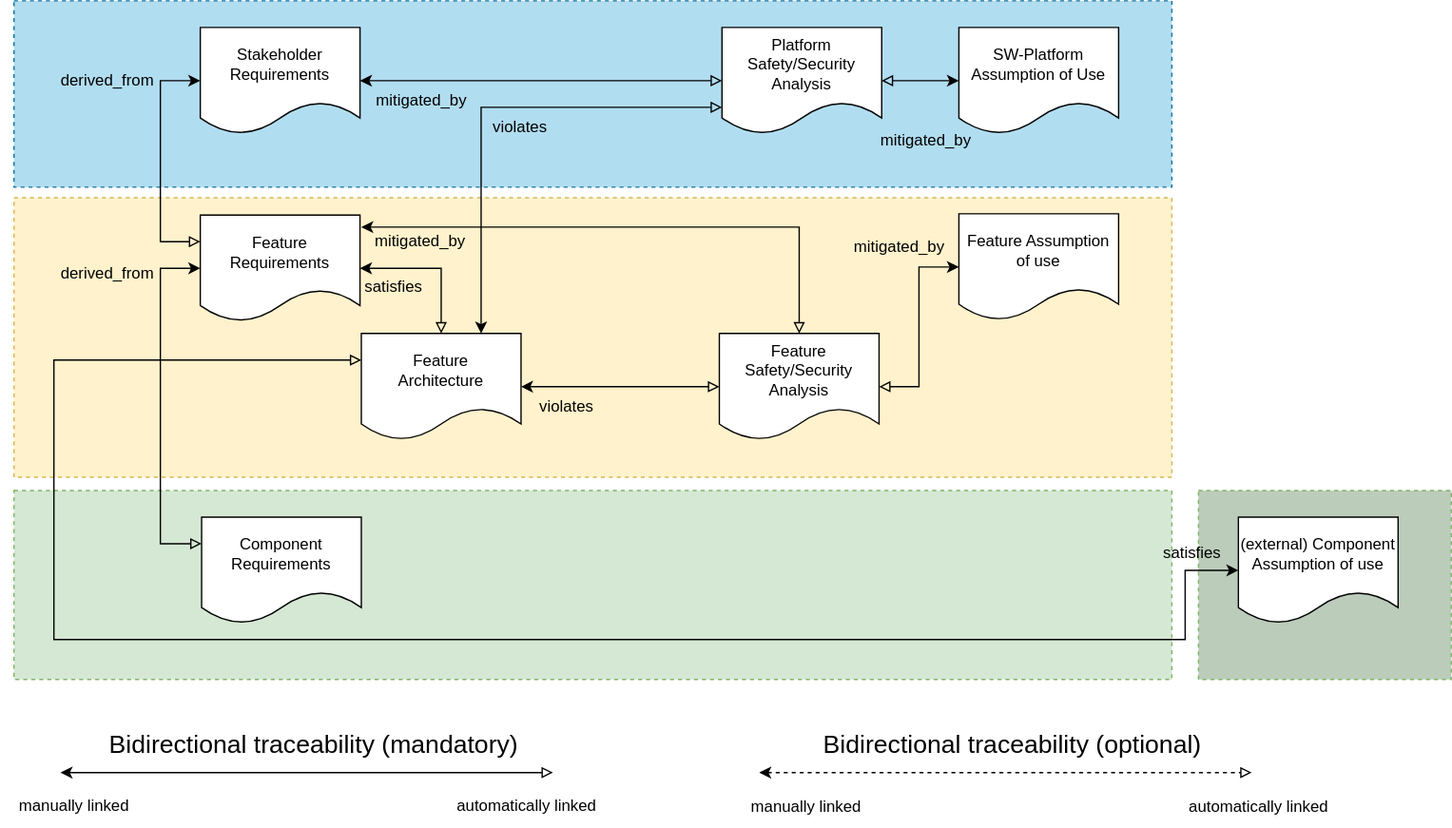
Above: pr-621/_images/score_traceability_model_feat_overview.drawio.svg in eclipse-score/process_description (draw.io), before the change. Source tidied: cells renumbered, new cells last; positions are measured from the earlier drawing's top-left corner, leaving out a move shared by most shapes.
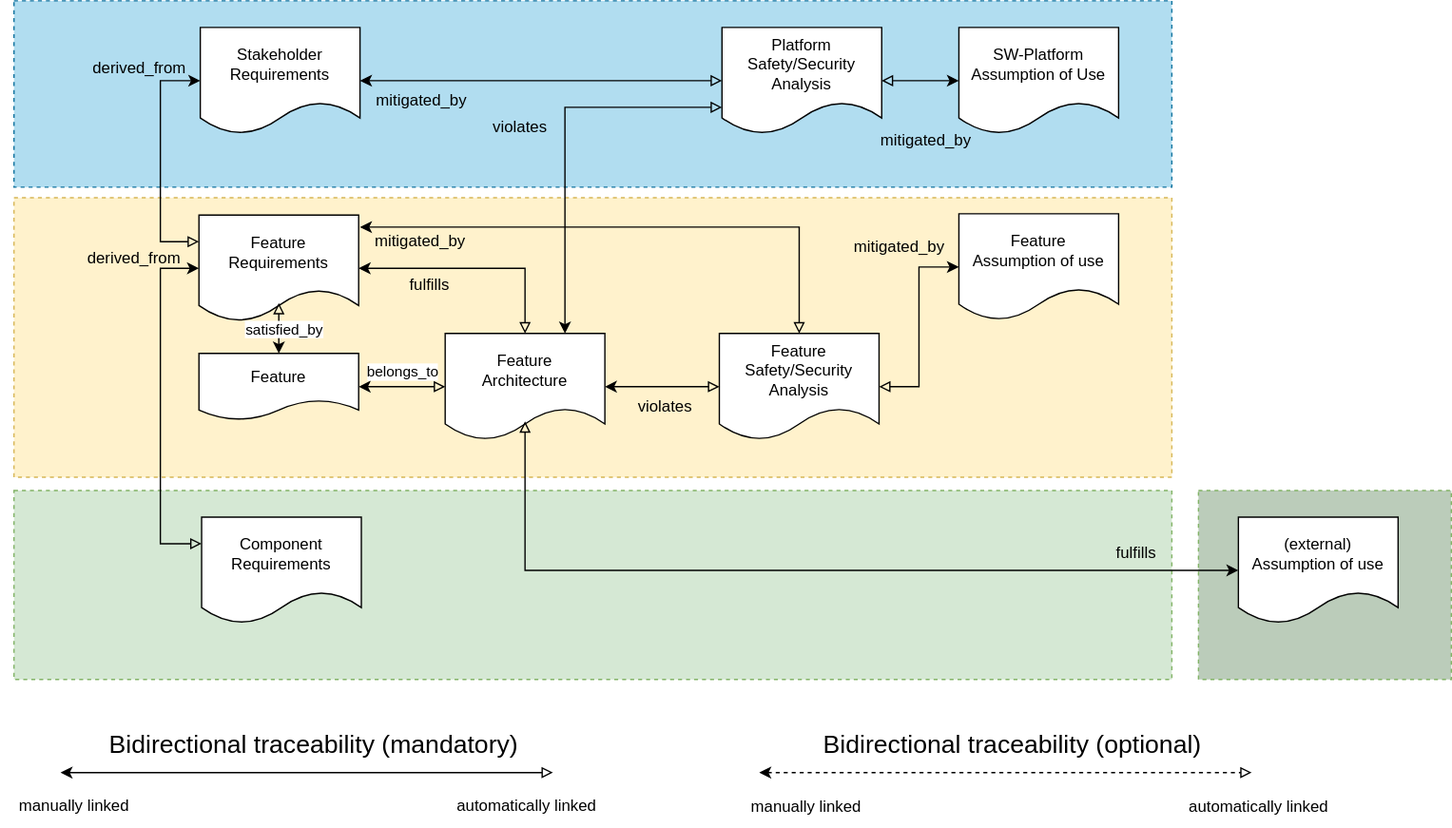
The same diagram one commit later.

What changed in the source:
```diff
@@ -9,7 +9,7 @@
       <mxGeometry x="10" y="368" width="870" height="142" as="geometry" />
     </mxCell>
     <mxCell id="4" value="Feature Requirements" style="shape=document;whiteSpace=wrap;html=1;boundedLbl=1;" parent="1" vertex="1">
-      <mxGeometry x="150" y="161" width="120" height="80" as="geometry" />
+      <mxGeometry x="149" y="161" width="120" height="80" as="geometry" />
     </mxCell>
     <mxCell id="5" style="edgeStyle=orthogonalEdgeStyle;rounded=0;jettySize=auto;html=1;entryX=0;entryY=0.5;entryDx=0;entryDy=0;startArrow=block;startFill=0;exitX=0;exitY=0.25;exitDx=0;exitDy=0;endArrow=classic;endFill=1;" parent="1" edge="1" source="6" target="4">
       <mxGeometry relative="1" as="geometry">
@@ -22,32 +22,31 @@
     <mxCell id="6" value="Component Requirements" style="shape=document;whiteSpace=wrap;html=1;boundedLbl=1;" parent="1" vertex="1">
       <mxGeometry x="151" y="388" width="120" height="80" as="geometry" />
     </mxCell>
-    <mxCell id="7" style="edgeStyle=orthogonalEdgeStyle;rounded=0;jettySize=auto;html=1;entryX=1;entryY=0.5;entryDx=0;entryDy=0;exitX=0.5;exitY=0;exitDx=0;exitDy=0;startArrow=block;startFill=0;" parent="1" edge="1" source="9" target="4">
+    <mxCell id="7" style="edgeStyle=orthogonalEdgeStyle;rounded=0;jettySize=auto;html=1;startArrow=block;startFill=0;entryX=0.5;entryY=0;entryDx=0;entryDy=0;exitX=0.5;exitY=0.825;exitDx=0;exitDy=0;exitPerimeter=0;" parent="1" edge="1" source="4" target="45">
       <mxGeometry relative="1" as="geometry" />
     </mxCell>
+    <mxCell id="44" value="satisfied_by" style="edgeLabel;html=1;align=center;verticalAlign=middle;" parent="7" vertex="1">
+      <mxGeometry x="-0.41" y="-1" relative="1" as="geometry">
+        <mxPoint x="4" y="8" as="offset" />
+      </mxGeometry>
+    </mxCell>
     <mxCell id="8" style="edgeStyle=orthogonalEdgeStyle;rounded=0;jettySize=auto;html=1;startArrow=classic;startFill=1;endArrow=block;endFill=0;" parent="1" edge="1" source="9" target="20">
       <mxGeometry relative="1" as="geometry" />
     </mxCell>
     <mxCell id="9" value="Feature&lt;br&gt;Architecture" style="shape=document;whiteSpace=wrap;html=1;boundedLbl=1;" parent="1" vertex="1">
-      <mxGeometry x="271" y="250" width="120" height="80" as="geometry" />
+      <mxGeometry x="334" y="250" width="120" height="80" as="geometry" />
     </mxCell>
-    <mxCell id="10" value="&lt;div style=&quot;font-family: Consolas, &amp;quot;Courier New&amp;quot;, monospace; line-height: 19px;&quot;&gt;&lt;br&gt;&lt;/div&gt;" style="text;html=1;align=center;verticalAlign=middle;strokeColor=none;fillColor=none;fontSize=6;fontColor=#000000;" parent="1" vertex="1">
-      <mxGeometry x="195" y="196" width="20" height="30" as="geometry" />
-    </mxCell>
     <mxCell id="11" style="rounded=0;whiteSpace=wrap;html=1;dashed=1;fillColor=#BBCCBA;strokeColor=#82b366;" parent="1" vertex="1">
       <mxGeometry x="900" y="368" width="190" height="142" as="geometry" />
     </mxCell>
-    <mxCell id="12" style="edgeStyle=orthogonalEdgeStyle;rounded=0;jettySize=auto;html=1;entryX=0;entryY=0.25;entryDx=0;entryDy=0;fontSize=19;startArrow=classic;startFill=1;exitX=0;exitY=0.5;exitDx=0;exitDy=0;endArrow=block;endFill=0;" parent="1" edge="1" source="13" target="9">
+    <mxCell id="12" style="edgeStyle=orthogonalEdgeStyle;rounded=0;jettySize=auto;html=1;entryX=0.5;entryY=0.825;entryDx=0;entryDy=0;fontSize=19;startArrow=classic;startFill=1;exitX=0;exitY=0.5;exitDx=0;exitDy=0;endArrow=block;endFill=0;entryPerimeter=0;" parent="1" edge="1" source="13" target="9">
       <mxGeometry relative="1" as="geometry">
         <Array as="points">
-          <mxPoint x="890" y="428" />
-          <mxPoint x="890" y="480" />
-          <mxPoint x="40" y="480" />
-          <mxPoint x="40" y="270" />
+          <mxPoint x="394" y="428" />
         </Array>
       </mxGeometry>
     </mxCell>
-    <mxCell id="13" value="(external) Component Assumption of use" style="shape=document;whiteSpace=wrap;html=1;boundedLbl=1;" parent="1" vertex="1">
+    <mxCell id="13" value="(external)&lt;br&gt;Assumption of use" style="shape=document;whiteSpace=wrap;html=1;boundedLbl=1;" parent="1" vertex="1">
       <mxGeometry x="930" y="388" width="120" height="80" as="geometry" />
     </mxCell>
     <mxCell id="14" style="rounded=0;whiteSpace=wrap;html=1;dashed=1;fillColor=#b1ddf0;strokeColor=#10739e;" parent="1" vertex="1">
@@ -64,7 +63,7 @@
     <mxCell id="16" value="Stakeholder&lt;br&gt;Requirements" style="shape=document;whiteSpace=wrap;html=1;boundedLbl=1;" parent="1" vertex="1">
       <mxGeometry x="150" y="20" width="120" height="80" as="geometry" />
     </mxCell>
-    <mxCell id="17" value="Feature Assumption of use" style="shape=document;whiteSpace=wrap;html=1;boundedLbl=1;" parent="1" vertex="1">
+    <mxCell id="17" value="Feature&lt;br&gt;Assumption of use" style="shape=document;whiteSpace=wrap;html=1;boundedLbl=1;" parent="1" vertex="1">
       <mxGeometry x="720" y="160" width="120" height="80" as="geometry" />
     </mxCell>
     <mxCell id="18" style="edgeStyle=orthogonalEdgeStyle;rounded=0;jettySize=auto;html=1;entryX=0;entryY=0.5;entryDx=0;entryDy=0;startArrow=block;startFill=0;endArrow=classic;endFill=1;" parent="1" edge="1" source="20" target="17">
@@ -117,17 +116,14 @@
       <mxGeometry x="880" y="591" width="130" height="30" as="geometry" />
     </mxCell>
     <mxCell id="29" value="derived_from" style="text;html=1;align=center;verticalAlign=middle;strokeColor=none;fillColor=none;" parent="1" vertex="1">
-      <mxGeometry x="35" y="45" width="90" height="30" as="geometry" />
+      <mxGeometry x="59" y="36" width="90" height="30" as="geometry" />
     </mxCell>
     <mxCell id="30" value="derived_from" style="text;html=1;align=center;verticalAlign=middle;strokeColor=none;fillColor=none;" parent="1" vertex="1">
-      <mxGeometry x="35" y="190" width="90" height="30" as="geometry" />
+      <mxGeometry x="55" y="179" width="90" height="30" as="geometry" />
     </mxCell>
-    <mxCell id="31" value="satisfies" style="text;html=1;align=center;verticalAlign=middle;strokeColor=none;fillColor=none;" parent="1" vertex="1">
-      <mxGeometry x="860" y="400" width="70" height="30" as="geometry" />
+    <mxCell id="31" value="fulfills" style="text;html=1;align=center;verticalAlign=middle;strokeColor=none;fillColor=none;" parent="1" vertex="1">
+      <mxGeometry x="828" y="400" width="50" height="30" as="geometry" />
     </mxCell>
-    <mxCell id="32" value="satisfies" style="text;html=1;align=center;verticalAlign=middle;strokeColor=none;fillColor=none;" parent="1" vertex="1">
-      <mxGeometry x="260" y="200" width="70" height="30" as="geometry" />
-    </mxCell>
     <mxCell id="33" value="mitigated_by" style="text;html=1;align=center;verticalAlign=middle;strokeColor=none;fillColor=none;" parent="1" vertex="1">
       <mxGeometry x="630" y="170" width="90" height="30" as="geometry" />
     </mxCell>
@@ -135,7 +131,7 @@
       <mxGeometry x="270" y="166" width="90" height="30" as="geometry" />
     </mxCell>
     <mxCell id="35" value="violates" style="text;html=1;align=center;verticalAlign=middle;strokeColor=none;fillColor=none;" parent="1" vertex="1">
-      <mxGeometry x="395" y="290" width="60" height="30" as="geometry" />
+      <mxGeometry x="469" y="290" width="60" height="30" as="geometry" />
     </mxCell>
     <mxCell id="36" value="SW-Platform&lt;br&gt;Assumption of Use" style="shape=document;whiteSpace=wrap;html=1;boundedLbl=1;" parent="1" vertex="1">
       <mxGeometry x="720" y="20" width="120" height="80" as="geometry" />
@@ -166,5 +162,26 @@
     <mxCell id="43" value="violates" style="text;html=1;align=center;verticalAlign=middle;strokeColor=none;fillColor=none;" parent="1" vertex="1">
       <mxGeometry x="360" y="80" width="60" height="30" as="geometry" />
     </mxCell>
+    <mxCell id="45" value="Feature" style="shape=document;whiteSpace=wrap;html=1;boundedLbl=1;" parent="1" vertex="1">
+      <mxGeometry x="149" y="265" width="120" height="50" as="geometry" />
+    </mxCell>
+    <mxCell id="46" style="edgeStyle=orthogonalEdgeStyle;rounded=0;jettySize=auto;html=1;exitX=0;exitY=0.5;exitDx=0;exitDy=0;startArrow=block;startFill=0;entryX=1;entryY=0.5;entryDx=0;entryDy=0;" parent="1" edge="1" source="9" target="45">
+      <mxGeometry relative="1" as="geometry" />
+    </mxCell>
+    <mxCell id="47" value="belongs_to" style="edgeLabel;html=1;align=center;verticalAlign=middle;" parent="46" vertex="1">
+      <mxGeometry x="-0.41" y="-1" relative="1" as="geometry">
+        <mxPoint x="-14" y="-11" as="offset" />
+      </mxGeometry>
+    </mxCell>
+    <mxCell id="48" style="edgeStyle=orthogonalEdgeStyle;rounded=0;jettySize=auto;html=1;entryX=0.5;entryY=0;entryDx=0;entryDy=0;fontSize=19;startArrow=classic;startFill=1;exitX=1;exitY=0.5;exitDx=0;exitDy=0;endArrow=block;endFill=0;" parent="1" edge="1" source="4" target="9">
+      <mxGeometry relative="1" as="geometry">
+        <Array as="points">
+          <mxPoint x="394" y="201" />
+        </Array>
+      </mxGeometry>
+    </mxCell>
+    <mxCell id="49" value="fulfills" style="text;html=1;align=center;verticalAlign=middle;strokeColor=none;fillColor=none;" parent="1" vertex="1">
+      <mxGeometry x="297" y="199" width="50" height="30" as="geometry" />
+    </mxCell>
   </root>
 </mxGraphModel>
```
